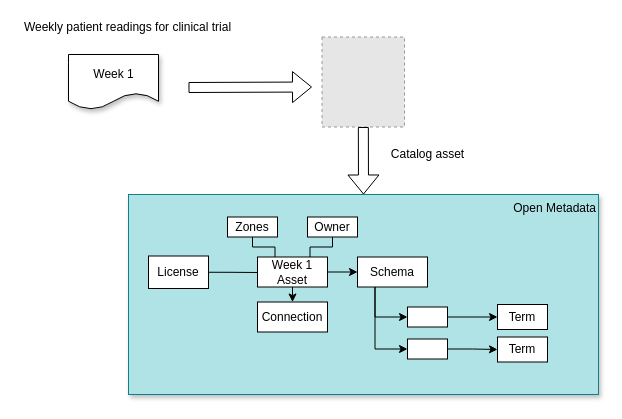
Before: page "Week 1" (4 of 8) of site/docs/patterns/metadata-manager/cataloging-assets.drawio in odpi/egeria-docs, a draw.io diagram. Source tidied: cells renumbered, new cells numbered last; positions are measured from the earlier drawing's top-left corner, leaving out a move shared by most shapes. Both pictures are drawn from the tidied source at 100%, with x=0, y=0 at pixel (17, 16). Pictures stored in the file or linked from it are replaced by grey dashed boxes.
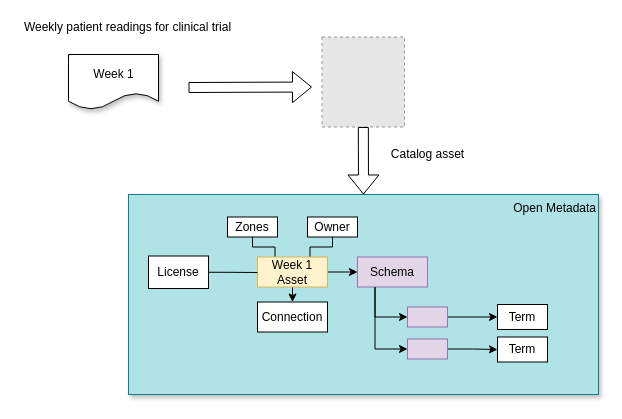
Above is the later version.

What changed in the source:
```diff
@@
-    <mxCell id="11" value="Week 1&lt;br&gt;Asset" style="rounded=0;whiteSpace=wrap;html=1;" parent="1" vertex="1">
+    <mxCell id="11" value="Week 1&lt;br&gt;Asset" style="rounded=0;whiteSpace=wrap;html=1;fillColor=#fff2cc;strokeColor=#d6b656;" parent="1" vertex="1">
       <mxGeometry x="240" y="240.5" width="70" height="30" as="geometry" />
     </mxCell>
@@
-    <mxCell id="13" value="Schema" style="rounded=0;whiteSpace=wrap;html=1;" parent="1" vertex="1">
+    <mxCell id="13" value="Schema" style="rounded=0;whiteSpace=wrap;html=1;fillColor=#e1d5e7;strokeColor=#9673a6;" parent="1" vertex="1">
       <mxGeometry x="340" y="240.5" width="70" height="30" as="geometry" />
     </mxCell>
@@
-    <mxCell id="15" style="rounded=0;whiteSpace=wrap;html=1;" parent="1" vertex="1">
+    <mxCell id="15" style="rounded=0;whiteSpace=wrap;html=1;fillColor=#e1d5e7;strokeColor=#9673a6;" parent="1" vertex="1">
       <mxGeometry x="390" y="290.5" width="40" height="20" as="geometry" />
     </mxCell>
@@
-    <mxCell id="18" style="rounded=0;whiteSpace=wrap;html=1;" parent="1" vertex="1">
+    <mxCell id="18" style="rounded=0;whiteSpace=wrap;html=1;fillColor=#e1d5e7;strokeColor=#9673a6;" parent="1" vertex="1">
       <mxGeometry x="390" y="322.5" width="40" height="20" as="geometry" />
     </mxCell>
```
